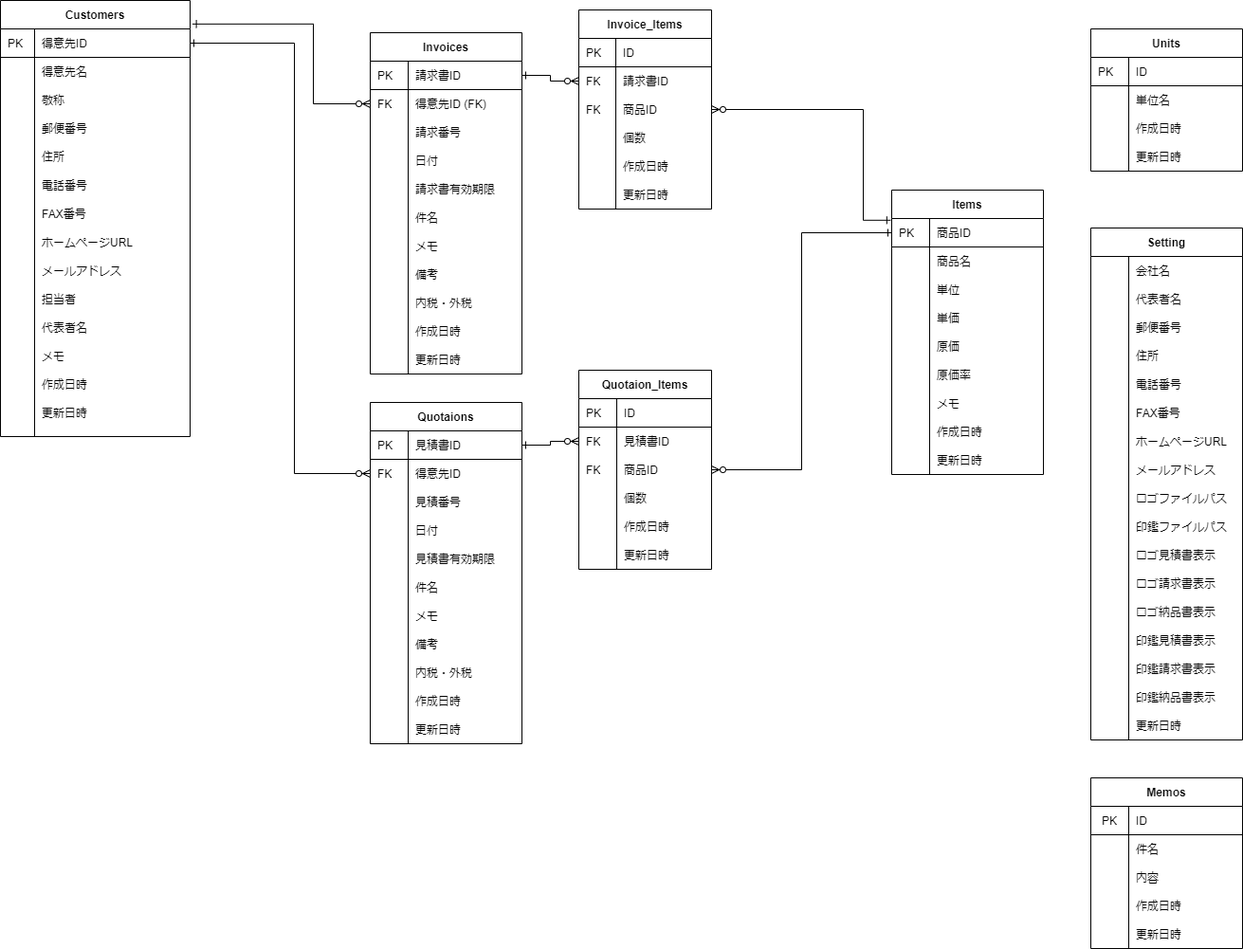
This is soho_er.png from gamasenninn/caddie-clone, a draw.io export, as it was before one commit. Source tidied: cells renumbered, new cells last; positions are measured from the earlier drawing's top-left corner, leaving out a move shared by most shapes.
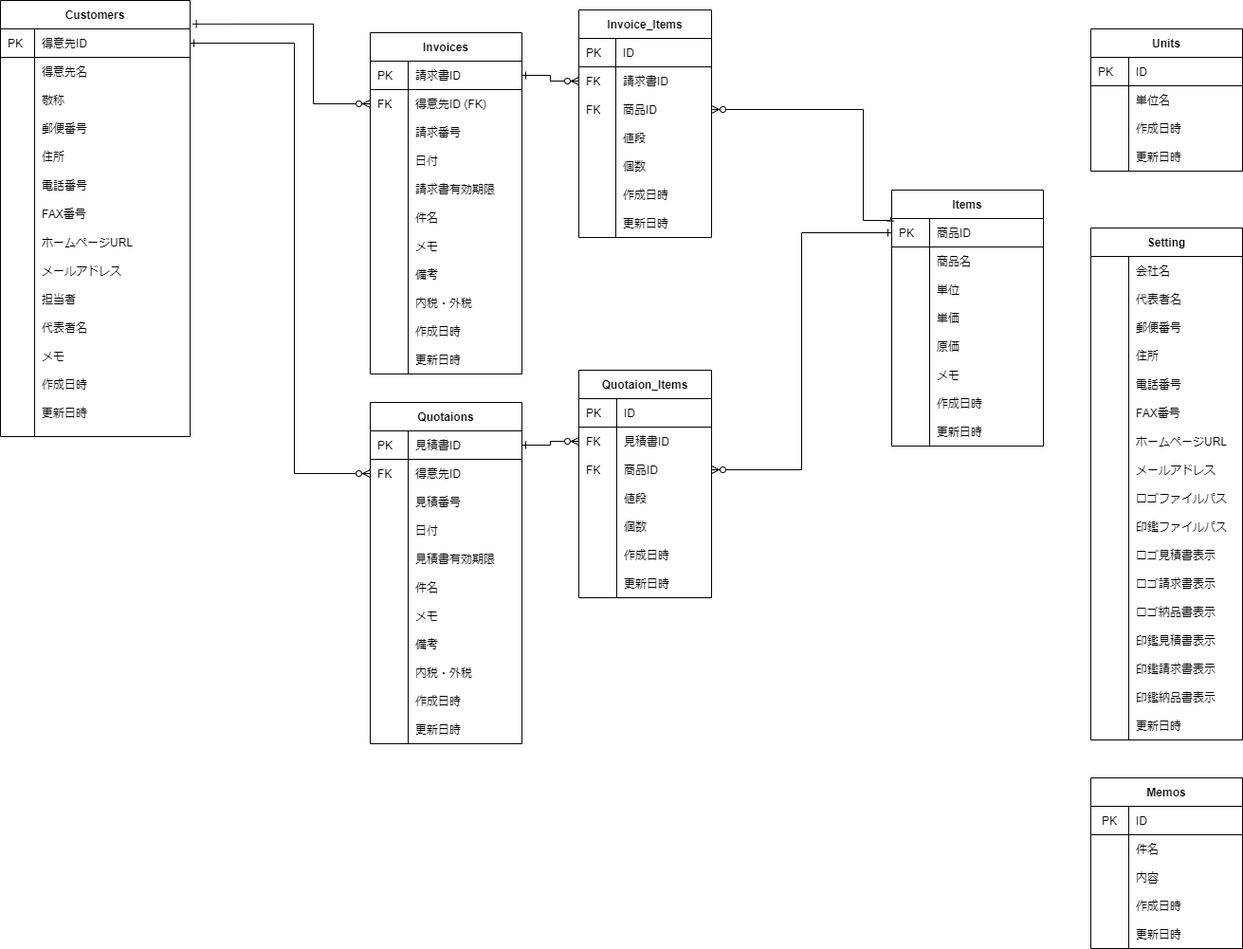
The same file after the commit.

Commit message:
ER図、DB設計編集

What changed in the source:
```diff
@@ -1,4 +1,4 @@
-<mxGraphModel background="#ffffff">
+<mxGraphModel>
   <root>
     <mxCell id="0" />
     <mxCell id="1" parent="0" />
@@ -132,7 +132,7 @@
       <mxGeometry x="36" width="164" height="30" as="geometry" />
     </mxCell>
     <mxCell id="45" value="Items" style="shape=table;startSize=30;rowLines=0;fontStyle=1;align=center;" parent="1" vertex="1">
-      <mxGeometry x="940" y="200" width="160" height="300" as="geometry" />
+      <mxGeometry x="940" y="200" width="160" height="270" as="geometry" />
     </mxCell>
     <mxCell id="46" style="shape=partialRectangle;html=1;whiteSpace=wrap;fillColor=none;top=0;left=0;bottom=1;right=0;points=[[0,0.5],[1,0.5]];portConstraint=eastwest;" parent="45" vertex="1">
       <mxGeometry y="30" width="160" height="30" as="geometry" />
@@ -179,17 +179,8 @@
     <mxCell id="60" value="原価" style="shape=partialRectangle;html=1;whiteSpace=wrap;fillColor=none;top=0;left=0;bottom=0;right=0;align=left;spacingLeft=6;overflow=hidden;" parent="58" vertex="1">
       <mxGeometry x="40" width="120" height="30" as="geometry" />
     </mxCell>
-    <mxCell id="61" style="shape=partialRectangle;html=1;whiteSpace=wrap;fillColor=none;top=0;left=0;bottom=0;right=0;" parent="45" vertex="1">
-      <mxGeometry y="180" width="160" height="30" as="geometry" />
-    </mxCell>
-    <mxCell id="62" style="shape=partialRectangle;html=1;whiteSpace=wrap;fillColor=none;top=0;left=0;bottom=0;right=0;align=left;spacingLeft=6;overflow=hidden;" parent="61" vertex="1">
-      <mxGeometry width="40" height="30" as="geometry" />
-    </mxCell>
-    <mxCell id="63" value="原価率" style="shape=partialRectangle;html=1;whiteSpace=wrap;fillColor=none;top=0;left=0;bottom=0;right=0;align=left;spacingLeft=6;overflow=hidden;" parent="61" vertex="1">
-      <mxGeometry x="40" width="120" height="30" as="geometry" />
-    </mxCell>
     <mxCell id="64" style="shape=partialRectangle;html=1;whiteSpace=wrap;fillColor=none;top=0;left=0;bottom=0;right=0;" parent="45" vertex="1">
-      <mxGeometry y="210" width="160" height="30" as="geometry" />
+      <mxGeometry y="180" width="160" height="30" as="geometry" />
     </mxCell>
     <mxCell id="65" style="shape=partialRectangle;html=1;whiteSpace=wrap;fillColor=none;top=0;left=0;bottom=0;right=0;align=left;spacingLeft=6;overflow=hidden;" parent="64" vertex="1">
       <mxGeometry width="40" height="30" as="geometry" />
@@ -198,7 +189,7 @@
       <mxGeometry x="40" width="120" height="30" as="geometry" />
     </mxCell>
     <mxCell id="67" style="shape=partialRectangle;html=1;whiteSpace=wrap;fillColor=none;top=0;left=0;bottom=0;right=0;" parent="45" vertex="1">
-      <mxGeometry y="240" width="160" height="30" as="geometry" />
+      <mxGeometry y="210" width="160" height="30" as="geometry" />
     </mxCell>
     <mxCell id="68" style="shape=partialRectangle;html=1;whiteSpace=wrap;fillColor=none;top=0;left=0;bottom=0;right=0;align=left;spacingLeft=6;overflow=hidden;" parent="67" vertex="1">
       <mxGeometry width="40" height="30" as="geometry" />
@@ -207,7 +198,7 @@
       <mxGeometry x="40" width="120" height="30" as="geometry" />
     </mxCell>
     <mxCell id="70" style="shape=partialRectangle;html=1;whiteSpace=wrap;fillColor=none;top=0;left=0;bottom=0;right=0;" parent="45" vertex="1">
-      <mxGeometry y="270" width="160" height="30" as="geometry" />
+      <mxGeometry y="240" width="160" height="30" as="geometry" />
     </mxCell>
     <mxCell id="71" style="shape=partialRectangle;html=1;whiteSpace=wrap;fillColor=none;top=0;left=0;bottom=0;right=0;align=left;spacingLeft=6;overflow=hidden;" parent="70" vertex="1">
       <mxGeometry width="40" height="30" as="geometry" />
@@ -318,7 +309,7 @@
       <mxGeometry x="40" width="120" height="30" as="geometry" />
     </mxCell>
     <mxCell id="107" value="Invoice_Items" style="shape=table;startSize=30;rowLines=0;fontStyle=1;align=center;" parent="1" vertex="1">
-      <mxGeometry x="610" y="10" width="140" height="210" as="geometry" />
+      <mxGeometry x="610" y="10" width="140" height="240" as="geometry" />
     </mxCell>
     <mxCell id="108" style="shape=partialRectangle;html=1;whiteSpace=wrap;fillColor=none;top=0;left=0;bottom=1;right=0;" parent="107" vertex="1">
       <mxGeometry y="30" width="140" height="30" as="geometry" />
@@ -347,8 +338,17 @@
     <mxCell id="116" value="商品ID&amp;nbsp;" style="shape=partialRectangle;html=1;whiteSpace=wrap;fillColor=none;top=0;left=0;bottom=0;right=0;align=left;spacingLeft=6;overflow=hidden;" parent="114" vertex="1">
       <mxGeometry x="39" width="101" height="30" as="geometry" />
     </mxCell>
+    <mxCell id="266" style="shape=partialRectangle;html=1;whiteSpace=wrap;fillColor=none;top=0;left=0;bottom=0;right=0;" parent="107" vertex="1">
+      <mxGeometry y="120" width="140" height="30" as="geometry" />
+    </mxCell>
+    <mxCell id="267" style="shape=partialRectangle;html=1;whiteSpace=wrap;fillColor=none;top=0;left=0;bottom=0;right=0;align=left;spacingLeft=6;overflow=hidden;" parent="266" vertex="1">
+      <mxGeometry width="39" height="30" as="geometry" />
+    </mxCell>
+    <mxCell id="268" value="値段" style="shape=partialRectangle;html=1;whiteSpace=wrap;fillColor=none;top=0;left=0;bottom=0;right=0;align=left;spacingLeft=6;overflow=hidden;" parent="266" vertex="1">
+      <mxGeometry x="39" width="101" height="30" as="geometry" />
+    </mxCell>
     <mxCell id="117" style="shape=partialRectangle;html=1;whiteSpace=wrap;fillColor=none;top=0;left=0;bottom=0;right=0;" parent="107" vertex="1">
-      <mxGeometry y="120" width="140" height="30" as="geometry" />
+      <mxGeometry y="150" width="140" height="30" as="geometry" />
     </mxCell>
     <mxCell id="118" style="shape=partialRectangle;html=1;whiteSpace=wrap;fillColor=none;top=0;left=0;bottom=0;right=0;align=left;spacingLeft=6;overflow=hidden;" parent="117" vertex="1">
       <mxGeometry width="39" height="30" as="geometry" />
@@ -357,7 +357,7 @@
       <mxGeometry x="39" width="101" height="30" as="geometry" />
     </mxCell>
     <mxCell id="120" style="shape=partialRectangle;html=1;whiteSpace=wrap;fillColor=none;top=0;left=0;bottom=0;right=0;" parent="107" vertex="1">
-      <mxGeometry y="150" width="140" height="30" as="geometry" />
+      <mxGeometry y="180" width="140" height="30" as="geometry" />
     </mxCell>
     <mxCell id="121" style="shape=partialRectangle;html=1;whiteSpace=wrap;fillColor=none;top=0;left=0;bottom=0;right=0;align=left;spacingLeft=6;overflow=hidden;" parent="120" vertex="1">
       <mxGeometry width="39" height="30" as="geometry" />
@@ -366,7 +366,7 @@
       <mxGeometry x="39" width="101" height="30" as="geometry" />
     </mxCell>
     <mxCell id="123" style="shape=partialRectangle;html=1;whiteSpace=wrap;fillColor=none;top=0;left=0;bottom=0;right=0;" parent="107" vertex="1">
-      <mxGeometry y="180" width="140" height="30" as="geometry" />
+      <mxGeometry y="210" width="140" height="30" as="geometry" />
     </mxCell>
     <mxCell id="124" style="shape=partialRectangle;html=1;whiteSpace=wrap;fillColor=none;top=0;left=0;bottom=0;right=0;align=left;spacingLeft=6;overflow=hidden;" parent="123" vertex="1">
       <mxGeometry width="39" height="30" as="geometry" />
@@ -477,7 +477,7 @@
       <mxGeometry x="40" width="120" height="30" as="geometry" />
     </mxCell>
     <mxCell id="160" value="Quotaion_Items" style="shape=table;startSize=30;rowLines=0;fontStyle=1;align=center;" parent="1" vertex="1">
-      <mxGeometry x="610" y="390" width="140" height="210" as="geometry" />
+      <mxGeometry x="610" y="390" width="140" height="240" as="geometry" />
     </mxCell>
     <mxCell id="161" style="shape=partialRectangle;html=1;whiteSpace=wrap;fillColor=none;top=0;left=0;bottom=1;right=0;" parent="160" vertex="1">
       <mxGeometry y="30" width="140" height="30" as="geometry" />
@@ -506,8 +506,17 @@
     <mxCell id="169" value="商品ID" style="shape=partialRectangle;html=1;whiteSpace=wrap;fillColor=none;top=0;left=0;bottom=0;right=0;align=left;spacingLeft=6;overflow=hidden;" parent="167" vertex="1">
       <mxGeometry x="40" width="100" height="30" as="geometry" />
     </mxCell>
+    <mxCell id="269" style="shape=partialRectangle;html=1;whiteSpace=wrap;fillColor=none;top=0;left=0;bottom=0;right=0;" parent="160" vertex="1">
+      <mxGeometry y="120" width="140" height="30" as="geometry" />
+    </mxCell>
+    <mxCell id="62" style="shape=partialRectangle;html=1;whiteSpace=wrap;fillColor=none;top=0;left=0;bottom=0;right=0;align=left;spacingLeft=6;overflow=hidden;" parent="269" vertex="1">
+      <mxGeometry width="40" height="30" as="geometry" />
+    </mxCell>
+    <mxCell id="270" value="値段" style="shape=partialRectangle;html=1;whiteSpace=wrap;fillColor=none;top=0;left=0;bottom=0;right=0;align=left;spacingLeft=6;overflow=hidden;" parent="269" vertex="1">
+      <mxGeometry x="40" width="100" height="30" as="geometry" />
+    </mxCell>
     <mxCell id="170" style="shape=partialRectangle;html=1;whiteSpace=wrap;fillColor=none;top=0;left=0;bottom=0;right=0;" parent="160" vertex="1">
-      <mxGeometry y="120" width="140" height="30" as="geometry" />
+      <mxGeometry y="150" width="140" height="30" as="geometry" />
     </mxCell>
     <mxCell id="171" style="shape=partialRectangle;html=1;whiteSpace=wrap;fillColor=none;top=0;left=0;bottom=0;right=0;align=left;spacingLeft=6;overflow=hidden;" parent="170" vertex="1">
       <mxGeometry width="40" height="30" as="geometry" />
@@ -516,7 +525,7 @@
       <mxGeometry x="40" width="100" height="30" as="geometry" />
     </mxCell>
     <mxCell id="173" style="shape=partialRectangle;html=1;whiteSpace=wrap;fillColor=none;top=0;left=0;bottom=0;right=0;" parent="160" vertex="1">
-      <mxGeometry y="150" width="140" height="30" as="geometry" />
+      <mxGeometry y="180" width="140" height="30" as="geometry" />
     </mxCell>
     <mxCell id="174" style="shape=partialRectangle;html=1;whiteSpace=wrap;fillColor=none;top=0;left=0;bottom=0;right=0;align=left;spacingLeft=6;overflow=hidden;" parent="173" vertex="1">
       <mxGeometry width="40" height="30" as="geometry" />
@@ -525,7 +534,7 @@
       <mxGeometry x="40" width="100" height="30" as="geometry" />
     </mxCell>
     <mxCell id="176" style="shape=partialRectangle;html=1;whiteSpace=wrap;fillColor=none;top=0;left=0;bottom=0;right=0;" parent="160" vertex="1">
-      <mxGeometry y="180" width="140" height="30" as="geometry" />
+      <mxGeometry y="210" width="140" height="30" as="geometry" />
     </mxCell>
     <mxCell id="177" style="shape=partialRectangle;html=1;whiteSpace=wrap;fillColor=none;top=0;left=0;bottom=0;right=0;align=left;spacingLeft=6;overflow=hidden;" parent="176" vertex="1">
       <mxGeometry width="40" height="30" as="geometry" />
```
